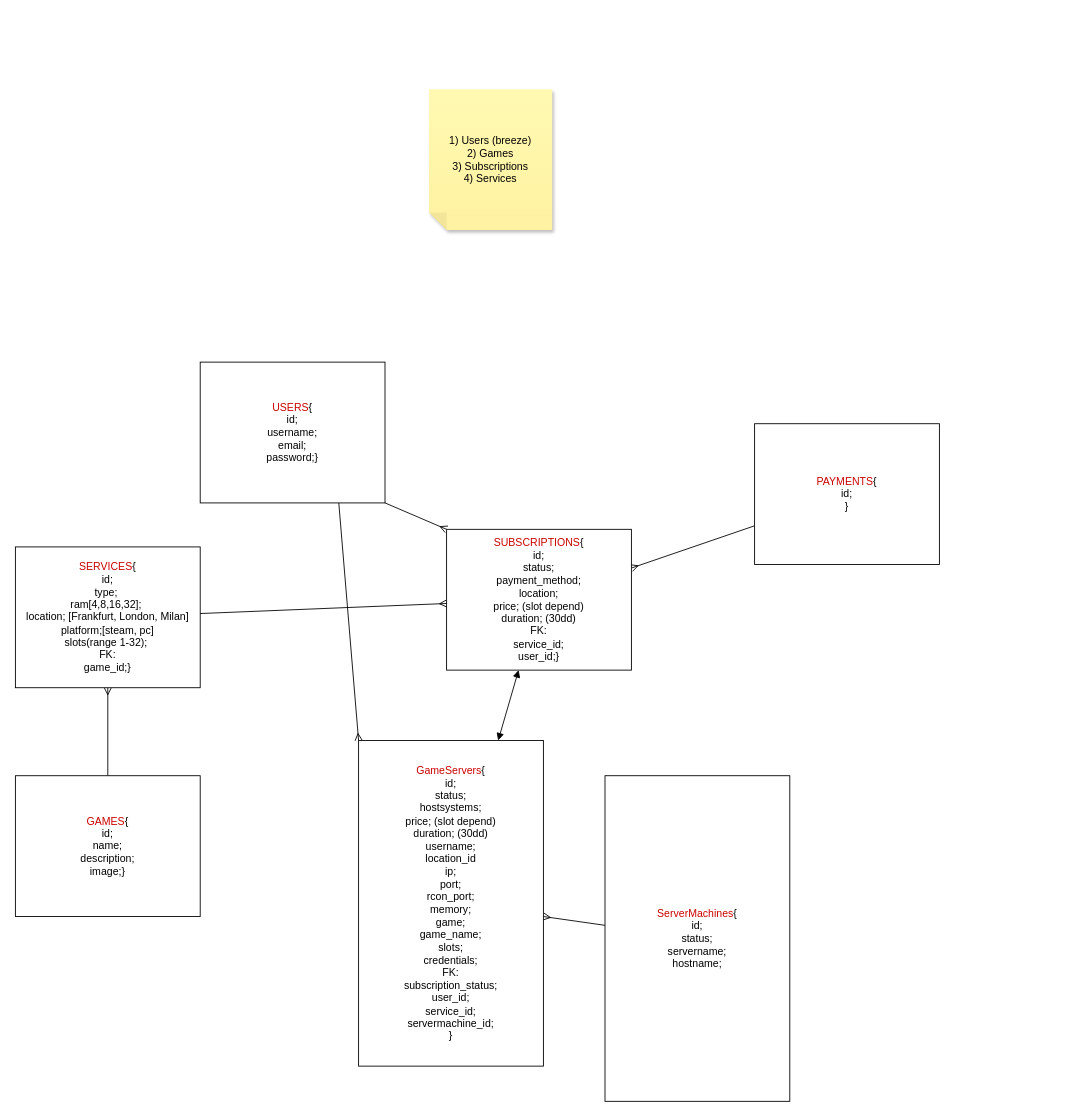
Before: database.drawio in Vorshim92/Steam-Server, a draw.io diagram. Source tidied: cells renumbered, new cells numbered last; positions are measured from the earlier drawing's top-left corner, leaving out a move shared by most shapes. Both pictures are drawn from the tidied source at 88%, with x=0, y=0 at pixel (15, 89).
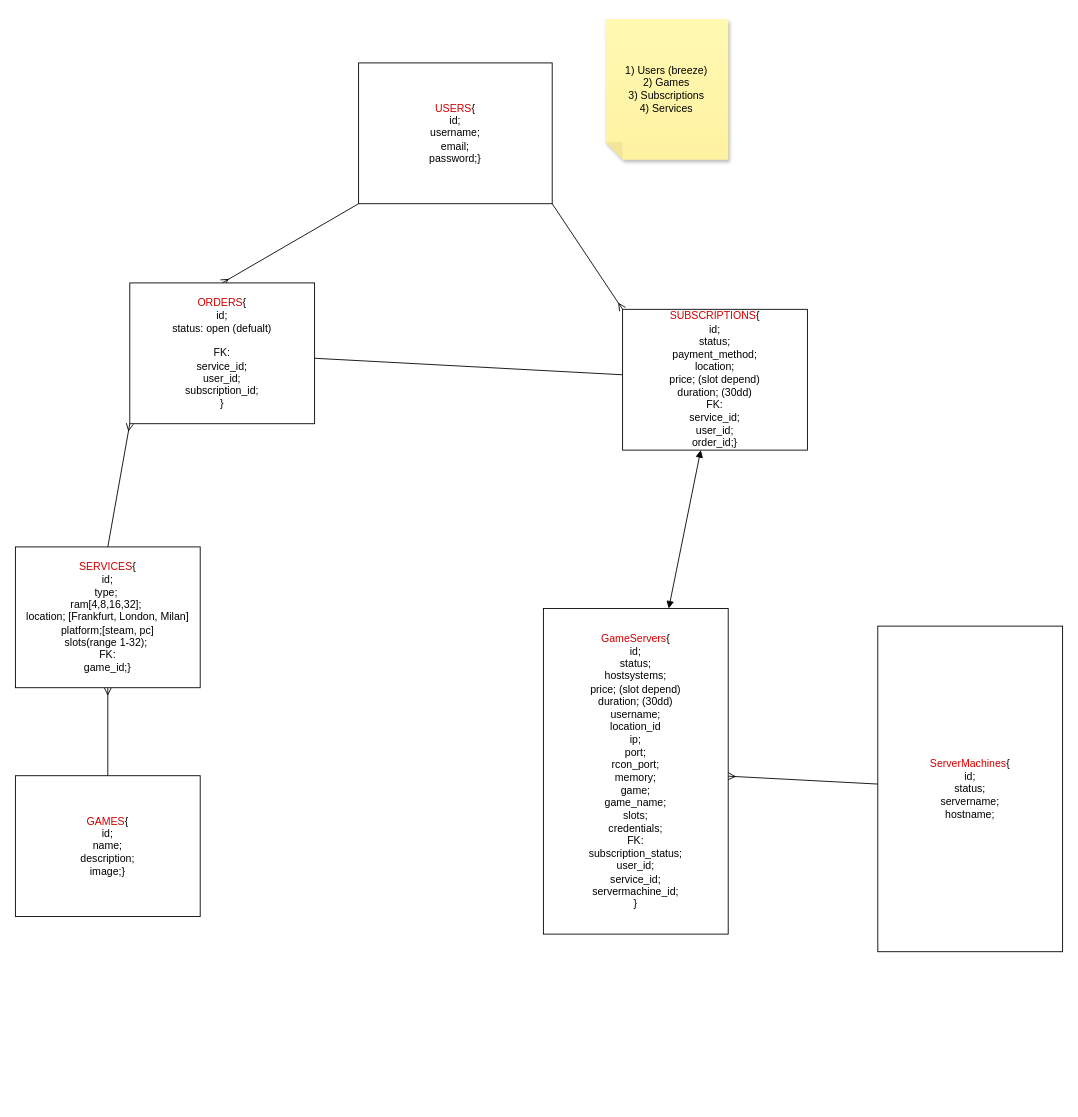
Above is the later version.

Change to the diagram source:
```diff
@@
 <mxGraphModel>
   <root>
     <mxCell id="0" />
     <mxCell id="1" parent="0" />
-    <mxCell id="2" style="edgeStyle=none;html=1;exitX=0.75;exitY=1;exitDx=0;exitDy=0;entryX=0;entryY=0;entryDx=0;entryDy=0;endArrow=ERmany;endFill=0;" parent="1" edge="1" source="3" target="15">
-      <mxGeometry relative="1" as="geometry" />
-    </mxCell>
     <mxCell id="3" value="&lt;font color=&quot;#cc0000&quot;&gt;USERS&lt;/font&gt;{&lt;br&gt;id;&lt;br&gt;username;&lt;br&gt;email;&lt;br&gt;password;}" style="whiteSpace=wrap;html=1;" parent="1" vertex="1">
-      <mxGeometry x="210" y="310" width="210" height="160" as="geometry" />
+      <mxGeometry x="390" y="-30" width="220" height="160" as="geometry" />
     </mxCell>
     <mxCell id="4" style="edgeStyle=none;html=1;exitX=0.5;exitY=1;exitDx=0;exitDy=0;entryX=0.5;entryY=0;entryDx=0;entryDy=0;fontColor=#CC0000;startArrow=ERmany;startFill=0;endArrow=none;endFill=0;" parent="1" edge="1" source="5" target="6">
       <mxGeometry relative="1" as="geometry" />
     </mxCell>
     <mxCell id="5" value="&lt;font color=&quot;#cc0000&quot;&gt;SERVICES&lt;/font&gt;{&lt;br&gt;id;&lt;br&gt;type;&amp;nbsp;&lt;br&gt;ram[4,8,16,32];&amp;nbsp;&lt;br&gt;location; [Frankfurt, London, Milan]&lt;br&gt;platform;[steam, pc]&lt;br&gt;slots(range 1-32);&amp;nbsp;&lt;br&gt;FK:&lt;br&gt;game_id;}" style="whiteSpace=wrap;html=1;" parent="1" vertex="1">
       <mxGeometry y="520" width="210" height="160" as="geometry" />
     </mxCell>
     <mxCell id="6" value="&lt;font color=&quot;#cc0000&quot;&gt;GAMES&lt;/font&gt;{&lt;br&gt;id;&lt;br&gt;name;&lt;br&gt;description;&lt;br&gt;image;}" style="whiteSpace=wrap;html=1;" parent="1" vertex="1">
       <mxGeometry y="780" width="210" height="160" as="geometry" />
     </mxCell>
-    <mxCell id="7" style="edgeStyle=none;html=1;startArrow=ERmany;startFill=0;endArrow=none;endFill=0;" parent="1" edge="1" source="11" target="5">
+    <mxCell id="7" style="edgeStyle=none;html=1;startArrow=ERmany;startFill=0;endArrow=none;endFill=0;exitX=0;exitY=1;exitDx=0;exitDy=0;entryX=0.5;entryY=0;entryDx=0;entryDy=0;" parent="1" edge="1" source="13" target="5">
       <mxGeometry relative="1" as="geometry" />
     </mxCell>
     <mxCell id="8" style="edgeStyle=none;html=1;exitX=0;exitY=0;exitDx=0;exitDy=0;startArrow=ERmany;startFill=0;endArrow=none;endFill=0;entryX=1;entryY=1;entryDx=0;entryDy=0;" parent="1" edge="1" source="11" target="3">
       <mxGeometry relative="1" as="geometry" />
     </mxCell>
     <mxCell id="9" style="edgeStyle=none;html=1;startArrow=block;startFill=1;endArrow=block;endFill=1;" parent="1" edge="1" source="11" target="15">
       <mxGeometry relative="1" as="geometry" />
     </mxCell>
-    <mxCell id="10" style="edgeStyle=none;html=1;startArrow=ERmany;startFill=0;endArrow=none;endFill=0;" parent="1" edge="1" source="11" target="13">
+    <mxCell id="10" style="edgeStyle=none;html=1;startArrow=none;startFill=0;endArrow=none;endFill=0;" parent="1" edge="1" source="11" target="13">
       <mxGeometry relative="1" as="geometry" />
     </mxCell>
-    <mxCell id="11" value="&lt;font color=&quot;#cc0000&quot;&gt;SUBSCRIPTIONS&lt;/font&gt;{&lt;br&gt;id;&lt;br&gt;status;&lt;br&gt;payment_method;&lt;br&gt;location;&lt;br&gt;price; (slot depend)&lt;br&gt;duration; (30dd)&lt;br&gt;FK:&lt;br&gt;service_id;&lt;br&gt;user_id;}" style="whiteSpace=wrap;html=1;" parent="1" vertex="1">
-      <mxGeometry x="490" y="500" width="210" height="160" as="geometry" />
+    <mxCell id="11" value="&lt;font color=&quot;#cc0000&quot;&gt;SUBSCRIPTIONS&lt;/font&gt;{&lt;br&gt;id;&lt;br&gt;status;&lt;br&gt;payment_method;&lt;br&gt;location;&lt;br&gt;price; (slot depend)&lt;br&gt;duration; (30dd)&lt;br&gt;FK:&lt;br&gt;service_id;&lt;br&gt;user_id;&lt;br&gt;order_id;}" style="whiteSpace=wrap;html=1;" parent="1" vertex="1">
+      <mxGeometry x="690" y="250" width="210" height="160" as="geometry" />
     </mxCell>
     <mxCell id="12" value="1) Users (breeze)&lt;br&gt;2) Games&lt;br&gt;3) Subscriptions&lt;br&gt;4) Services" style="shape=note;whiteSpace=wrap;html=1;backgroundOutline=1;fontColor=#000000;darkOpacity=0.05;fillColor=#FFF9B2;strokeColor=none;fillStyle=solid;direction=west;gradientDirection=north;gradientColor=#FFF2A1;shadow=1;size=20;" parent="1" vertex="1">
-      <mxGeometry x="470" width="140" height="160" as="geometry" />
+      <mxGeometry x="670" y="-80" width="140" height="160" as="geometry" />
     </mxCell>
+    <mxCell id="17" style="edgeStyle=none;html=1;startArrow=ERmany;startFill=0;endArrow=none;endFill=0;exitX=0.5;exitY=0;exitDx=0;exitDy=0;entryX=0;entryY=1;entryDx=0;entryDy=0;" parent="1" edge="1" source="13" target="3">
+      <mxGeometry relative="1" as="geometry" />
+    </mxCell>
-    <mxCell id="13" value="&lt;font color=&quot;#cc0000&quot;&gt;PAYMENTS&lt;/font&gt;{&lt;br&gt;id;&lt;br&gt;}" style="whiteSpace=wrap;html=1;" parent="1" vertex="1">
-      <mxGeometry x="840" y="380" width="210" height="160" as="geometry" />
+    <mxCell id="13" value="&lt;font color=&quot;#cc0000&quot;&gt;ORDERS&lt;/font&gt;{&lt;br&gt;id;&lt;br&gt;status: open (defualt)&lt;br&gt;&lt;br&gt;FK:&lt;br&gt;service_id;&lt;br&gt;user_id;&lt;br&gt;subscription_id;&lt;br&gt;}" style="whiteSpace=wrap;html=1;" parent="1" vertex="1">
+      <mxGeometry x="130" y="220" width="210" height="160" as="geometry" />
     </mxCell>
     <mxCell id="14" style="edgeStyle=none;html=1;startArrow=ERmany;startFill=0;endArrow=none;endFill=0;" parent="1" edge="1" source="15" target="16">
       <mxGeometry relative="1" as="geometry" />
     </mxCell>
     <mxCell id="15" value="&lt;font color=&quot;#cc0000&quot;&gt;GameServers&lt;/font&gt;{&lt;br&gt;id;&lt;br&gt;status;&lt;br&gt;hostsystems;&lt;br&gt;price; (slot depend)&lt;br&gt;duration; (30dd)&lt;br&gt;username;&lt;br&gt;location_id&lt;br&gt;ip;&lt;br&gt;port;&lt;br&gt;rcon_port;&lt;br&gt;memory;&lt;br&gt;game;&lt;br&gt;game_name;&lt;br&gt;slots;&lt;br&gt;credentials;&lt;br&gt;FK:&lt;br&gt;subscription_status;&lt;br&gt;user_id;&lt;br&gt;service_id;&lt;br&gt;servermachine_id;&lt;br&gt;}" style="whiteSpace=wrap;html=1;" parent="1" vertex="1">
-      <mxGeometry x="390" y="740" width="210" height="370" as="geometry" />
+      <mxGeometry x="600" y="590" width="210" height="370" as="geometry" />
     </mxCell>
     <mxCell id="16" value="&lt;font color=&quot;#cc0000&quot;&gt;ServerMachines&lt;/font&gt;{&lt;br&gt;id;&lt;br&gt;status;&lt;br&gt;servername;&lt;br&gt;hostname;&lt;br&gt;" style="whiteSpace=wrap;html=1;" parent="1" vertex="1">
-      <mxGeometry x="670" y="780" width="210" height="370" as="geometry" />
+      <mxGeometry x="980" y="610" width="210" height="370" as="geometry" />
     </mxCell>
   </root>
 </mxGraphModel>
```
